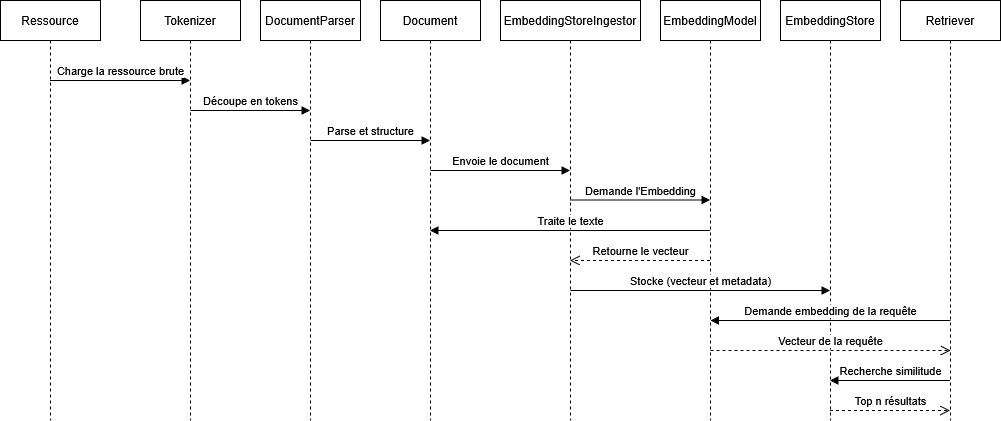
Earlier version of the draw.io export ds-rag.drawio.png (hicham-loudiyi/rapport-pfe). Source tidied: cells renumbered, new cells last; positions are measured from the earlier drawing's top-left corner, leaving out a move shared by most shapes. The source it was exported from:
```xml
<mxGraphModel>
  <root>
    <mxCell id="0" />
    <mxCell id="1" parent="0" />
    <mxCell id="2" value="&lt;div&gt;Ressource&lt;/div&gt;" style="shape=umlLifeline;perimeter=lifelinePerimeter;whiteSpace=wrap;html=1;newEdgeStyle={&quot;curved&quot;:0,&quot;rounded&quot;:0};" parent="1" vertex="1">
      <mxGeometry width="100" height="420" as="geometry" />
    </mxCell>
    <mxCell id="3" value="DocumentParser" style="shape=umlLifeline;perimeter=lifelinePerimeter;whiteSpace=wrap;html=1;outlineConnect=0;portConstraint=eastwest;newEdgeStyle={&quot;curved&quot;:0,&quot;rounded&quot;:0};" parent="1" vertex="1">
      <mxGeometry x="260" width="100" height="420" as="geometry" />
    </mxCell>
    <mxCell id="4" value="Charge la ressource brute" style="html=1;verticalAlign=bottom;endArrow=block;curved=0;rounded=0;" parent="1" edge="1">
      <mxGeometry relative="1" as="geometry">
        <mxPoint x="49.5" y="80" as="sourcePoint" />
        <mxPoint x="189.5" y="80" as="targetPoint" />
      </mxGeometry>
    </mxCell>
    <mxCell id="5" value="Document" style="shape=umlLifeline;perimeter=lifelinePerimeter;whiteSpace=wrap;html=1;outlineConnect=0;portConstraint=eastwest;newEdgeStyle={&quot;curved&quot;:0,&quot;rounded&quot;:0};" parent="1" vertex="1">
      <mxGeometry x="380" width="100" height="420" as="geometry" />
    </mxCell>
    <mxCell id="6" value="Parse et structure" style="html=1;verticalAlign=bottom;endArrow=block;curved=0;rounded=0;" parent="1" edge="1" target="5">
      <mxGeometry relative="1" as="geometry">
        <mxPoint x="310" y="140" as="sourcePoint" />
      </mxGeometry>
    </mxCell>
    <mxCell id="7" value="EmbeddingStoreIngestor" style="shape=umlLifeline;perimeter=lifelinePerimeter;whiteSpace=wrap;html=1;outlineConnect=0;portConstraint=eastwest;newEdgeStyle={&quot;curved&quot;:0,&quot;rounded&quot;:0};" parent="1" vertex="1">
      <mxGeometry x="500" width="140" height="420" as="geometry" />
    </mxCell>
    <mxCell id="8" value="Envoie le document" style="html=1;verticalAlign=bottom;endArrow=block;curved=0;rounded=0;" parent="1" edge="1" target="7">
      <mxGeometry relative="1" as="geometry">
        <mxPoint x="430" y="170" as="sourcePoint" />
      </mxGeometry>
    </mxCell>
    <mxCell id="9" value="EmbeddingModel" style="shape=umlLifeline;perimeter=lifelinePerimeter;whiteSpace=wrap;html=1;outlineConnect=0;portConstraint=eastwest;newEdgeStyle={&quot;curved&quot;:0,&quot;rounded&quot;:0};" parent="1" vertex="1">
      <mxGeometry x="660" width="100" height="420" as="geometry" />
    </mxCell>
    <mxCell id="10" value="Demande l'Embedding" style="html=1;verticalAlign=bottom;endArrow=block;curved=0;rounded=0;" parent="1" edge="1" target="9">
      <mxGeometry relative="1" as="geometry">
        <mxPoint x="570" y="199.5" as="sourcePoint" />
      </mxGeometry>
    </mxCell>
    <mxCell id="11" value="Traite le texte" style="html=1;verticalAlign=bottom;endArrow=block;curved=0;rounded=0;" parent="1" edge="1" source="9">
      <mxGeometry relative="1" as="geometry">
        <mxPoint x="429.5" y="230" as="targetPoint" />
      </mxGeometry>
    </mxCell>
    <mxCell id="12" value="Retourne le vecteur" style="html=1;verticalAlign=bottom;endArrow=open;dashed=1;endSize=8;curved=0;rounded=0;" parent="1" edge="1">
      <mxGeometry relative="1" as="geometry">
        <mxPoint x="709.5" y="260" as="sourcePoint" />
        <mxPoint x="569.5" y="260" as="targetPoint" />
      </mxGeometry>
    </mxCell>
    <mxCell id="13" value="EmbeddingStore" style="shape=umlLifeline;perimeter=lifelinePerimeter;whiteSpace=wrap;html=1;newEdgeStyle={&quot;curved&quot;:0,&quot;rounded&quot;:0};" parent="1" vertex="1">
      <mxGeometry x="780" width="100" height="420" as="geometry" />
    </mxCell>
    <mxCell id="14" value="Stocke (vecteur et metadata)" style="html=1;verticalAlign=bottom;endArrow=block;curved=0;rounded=0;" parent="1" edge="1">
      <mxGeometry relative="1" as="geometry">
        <mxPoint x="570" y="290" as="sourcePoint" />
        <mxPoint x="829.5" y="290" as="targetPoint" />
      </mxGeometry>
    </mxCell>
    <mxCell id="15" value="Retriever" style="shape=umlLifeline;perimeter=lifelinePerimeter;whiteSpace=wrap;html=1;outlineConnect=0;portConstraint=eastwest;newEdgeStyle={&quot;curved&quot;:0,&quot;rounded&quot;:0};" parent="1" vertex="1">
      <mxGeometry x="900" width="100" height="420" as="geometry" />
    </mxCell>
    <mxCell id="16" value="Demande embedding de la requête" style="html=1;verticalAlign=bottom;endArrow=block;curved=0;rounded=0;" parent="1" edge="1">
      <mxGeometry relative="1" as="geometry">
        <mxPoint x="950" y="320" as="sourcePoint" />
        <mxPoint x="710" y="320" as="targetPoint" />
      </mxGeometry>
    </mxCell>
    <mxCell id="17" value="Vecteur de la requête" style="html=1;verticalAlign=bottom;endArrow=open;dashed=1;endSize=8;curved=0;rounded=0;" parent="1" edge="1">
      <mxGeometry relative="1" as="geometry">
        <mxPoint x="710" y="350" as="sourcePoint" />
        <mxPoint x="950" y="350" as="targetPoint" />
      </mxGeometry>
    </mxCell>
    <mxCell id="18" value="&lt;div&gt;Recherche similitude&lt;/div&gt;" style="html=1;verticalAlign=bottom;endArrow=block;curved=0;rounded=0;" parent="1" edge="1">
      <mxGeometry relative="1" as="geometry">
        <mxPoint x="949.5" y="380" as="sourcePoint" />
        <mxPoint x="829.5" y="380" as="targetPoint" />
      </mxGeometry>
    </mxCell>
    <mxCell id="19" value="Top n résultats" style="html=1;verticalAlign=bottom;endArrow=open;dashed=1;endSize=8;curved=0;rounded=0;" parent="1" edge="1">
      <mxGeometry relative="1" as="geometry">
        <mxPoint x="829.5" y="410" as="sourcePoint" />
        <mxPoint x="949.5" y="410" as="targetPoint" />
      </mxGeometry>
    </mxCell>
    <mxCell id="20" value="Tokenizer" style="shape=umlLifeline;perimeter=lifelinePerimeter;whiteSpace=wrap;html=1;newEdgeStyle={&quot;curved&quot;:0,&quot;rounded&quot;:0};" parent="1" vertex="1">
      <mxGeometry x="140" width="100" height="420" as="geometry" />
    </mxCell>
    <mxCell id="21" value="Découpe en tokens" style="html=1;verticalAlign=bottom;endArrow=block;curved=0;rounded=0;" parent="1" edge="1" target="3">
      <mxGeometry relative="1" as="geometry">
        <mxPoint x="190" y="110" as="sourcePoint" />
      </mxGeometry>
    </mxCell>
  </root>
</mxGraphModel>
```
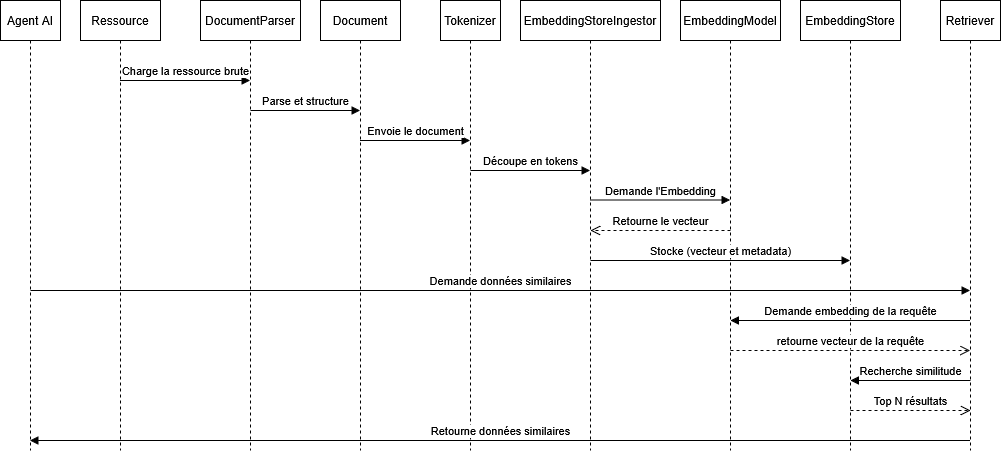
Later version of the same file.

Diff of the diagram source:
```diff
@@ -3,95 +3,103 @@
     <mxCell id="0" />
     <mxCell id="1" parent="0" />
     <mxCell id="2" value="&lt;div&gt;Ressource&lt;/div&gt;" style="shape=umlLifeline;perimeter=lifelinePerimeter;whiteSpace=wrap;html=1;newEdgeStyle={&quot;curved&quot;:0,&quot;rounded&quot;:0};" parent="1" vertex="1">
-      <mxGeometry width="100" height="420" as="geometry" />
+      <mxGeometry width="80" height="450" as="geometry" />
     </mxCell>
     <mxCell id="3" value="DocumentParser" style="shape=umlLifeline;perimeter=lifelinePerimeter;whiteSpace=wrap;html=1;outlineConnect=0;portConstraint=eastwest;newEdgeStyle={&quot;curved&quot;:0,&quot;rounded&quot;:0};" parent="1" vertex="1">
-      <mxGeometry x="260" width="100" height="420" as="geometry" />
+      <mxGeometry x="120" width="100" height="450" as="geometry" />
     </mxCell>
     <mxCell id="4" value="Charge la ressource brute" style="html=1;verticalAlign=bottom;endArrow=block;curved=0;rounded=0;" parent="1" edge="1">
       <mxGeometry relative="1" as="geometry">
-        <mxPoint x="49.5" y="80" as="sourcePoint" />
-        <mxPoint x="189.5" y="80" as="targetPoint" />
+        <mxPoint x="39.5" y="80" as="sourcePoint" />
+        <mxPoint x="169.5" y="80" as="targetPoint" />
       </mxGeometry>
     </mxCell>
     <mxCell id="5" value="Document" style="shape=umlLifeline;perimeter=lifelinePerimeter;whiteSpace=wrap;html=1;outlineConnect=0;portConstraint=eastwest;newEdgeStyle={&quot;curved&quot;:0,&quot;rounded&quot;:0};" parent="1" vertex="1">
-      <mxGeometry x="380" width="100" height="420" as="geometry" />
+      <mxGeometry x="240" width="80" height="450" as="geometry" />
     </mxCell>
     <mxCell id="6" value="Parse et structure" style="html=1;verticalAlign=bottom;endArrow=block;curved=0;rounded=0;" parent="1" edge="1" target="5">
       <mxGeometry relative="1" as="geometry">
-        <mxPoint x="310" y="140" as="sourcePoint" />
+        <mxPoint x="170" y="110" as="sourcePoint" />
       </mxGeometry>
     </mxCell>
     <mxCell id="7" value="EmbeddingStoreIngestor" style="shape=umlLifeline;perimeter=lifelinePerimeter;whiteSpace=wrap;html=1;outlineConnect=0;portConstraint=eastwest;newEdgeStyle={&quot;curved&quot;:0,&quot;rounded&quot;:0};" parent="1" vertex="1">
-      <mxGeometry x="500" width="140" height="420" as="geometry" />
+      <mxGeometry x="440" width="140" height="450" as="geometry" />
     </mxCell>
-    <mxCell id="8" value="Envoie le document" style="html=1;verticalAlign=bottom;endArrow=block;curved=0;rounded=0;" parent="1" edge="1" target="7">
+    <mxCell id="8" value="Envoie le document" style="html=1;verticalAlign=bottom;endArrow=block;curved=0;rounded=0;" parent="1" edge="1">
       <mxGeometry relative="1" as="geometry">
-        <mxPoint x="430" y="170" as="sourcePoint" />
+        <mxPoint x="279.5" y="140" as="sourcePoint" />
+        <mxPoint x="389.5" y="140" as="targetPoint" />
       </mxGeometry>
     </mxCell>
     <mxCell id="9" value="EmbeddingModel" style="shape=umlLifeline;perimeter=lifelinePerimeter;whiteSpace=wrap;html=1;outlineConnect=0;portConstraint=eastwest;newEdgeStyle={&quot;curved&quot;:0,&quot;rounded&quot;:0};" parent="1" vertex="1">
-      <mxGeometry x="660" width="100" height="420" as="geometry" />
+      <mxGeometry x="600" width="100" height="450" as="geometry" />
     </mxCell>
     <mxCell id="10" value="Demande l'Embedding" style="html=1;verticalAlign=bottom;endArrow=block;curved=0;rounded=0;" parent="1" edge="1" target="9">
       <mxGeometry relative="1" as="geometry">
-        <mxPoint x="570" y="199.5" as="sourcePoint" />
+        <mxPoint x="510" y="199.5" as="sourcePoint" />
       </mxGeometry>
     </mxCell>
-    <mxCell id="11" value="Traite le texte" style="html=1;verticalAlign=bottom;endArrow=block;curved=0;rounded=0;" parent="1" edge="1" source="9">
-      <mxGeometry relative="1" as="geometry">
-        <mxPoint x="429.5" y="230" as="targetPoint" />
-      </mxGeometry>
-    </mxCell>
     <mxCell id="12" value="Retourne le vecteur" style="html=1;verticalAlign=bottom;endArrow=open;dashed=1;endSize=8;curved=0;rounded=0;" parent="1" edge="1">
       <mxGeometry relative="1" as="geometry">
-        <mxPoint x="709.5" y="260" as="sourcePoint" />
-        <mxPoint x="569.5" y="260" as="targetPoint" />
+        <mxPoint x="650" y="230" as="sourcePoint" />
+        <mxPoint x="510" y="230" as="targetPoint" />
       </mxGeometry>
     </mxCell>
     <mxCell id="13" value="EmbeddingStore" style="shape=umlLifeline;perimeter=lifelinePerimeter;whiteSpace=wrap;html=1;newEdgeStyle={&quot;curved&quot;:0,&quot;rounded&quot;:0};" parent="1" vertex="1">
-      <mxGeometry x="780" width="100" height="420" as="geometry" />
+      <mxGeometry x="720" width="100" height="450" as="geometry" />
     </mxCell>
     <mxCell id="14" value="Stocke (vecteur et metadata)" style="html=1;verticalAlign=bottom;endArrow=block;curved=0;rounded=0;" parent="1" edge="1">
       <mxGeometry relative="1" as="geometry">
-        <mxPoint x="570" y="290" as="sourcePoint" />
-        <mxPoint x="829.5" y="290" as="targetPoint" />
+        <mxPoint x="510" y="260" as="sourcePoint" />
+        <mxPoint x="769.5" y="260" as="targetPoint" />
       </mxGeometry>
     </mxCell>
     <mxCell id="15" value="Retriever" style="shape=umlLifeline;perimeter=lifelinePerimeter;whiteSpace=wrap;html=1;outlineConnect=0;portConstraint=eastwest;newEdgeStyle={&quot;curved&quot;:0,&quot;rounded&quot;:0};" parent="1" vertex="1">
-      <mxGeometry x="900" width="100" height="420" as="geometry" />
+      <mxGeometry x="860" width="60" height="450" as="geometry" />
     </mxCell>
-    <mxCell id="16" value="Demande embedding de la requête" style="html=1;verticalAlign=bottom;endArrow=block;curved=0;rounded=0;" parent="1" edge="1">
+    <mxCell id="16" value="Demande embedding de la requête" style="html=1;verticalAlign=bottom;endArrow=block;curved=0;rounded=0;" parent="1" edge="1" source="15">
       <mxGeometry relative="1" as="geometry">
-        <mxPoint x="950" y="320" as="sourcePoint" />
-        <mxPoint x="710" y="320" as="targetPoint" />
+        <mxPoint x="650" y="320" as="targetPoint" />
       </mxGeometry>
     </mxCell>
-    <mxCell id="17" value="Vecteur de la requête" style="html=1;verticalAlign=bottom;endArrow=open;dashed=1;endSize=8;curved=0;rounded=0;" parent="1" edge="1">
+    <mxCell id="17" value="retourne vecteur de la requête" style="html=1;verticalAlign=bottom;endArrow=open;dashed=1;endSize=8;curved=0;rounded=0;" parent="1" edge="1" target="15">
       <mxGeometry relative="1" as="geometry">
-        <mxPoint x="710" y="350" as="sourcePoint" />
-        <mxPoint x="950" y="350" as="targetPoint" />
+        <mxPoint x="650" y="350" as="sourcePoint" />
       </mxGeometry>
     </mxCell>
     <mxCell id="18" value="&lt;div&gt;Recherche similitude&lt;/div&gt;" style="html=1;verticalAlign=bottom;endArrow=block;curved=0;rounded=0;" parent="1" edge="1">
       <mxGeometry relative="1" as="geometry">
-        <mxPoint x="949.5" y="380" as="sourcePoint" />
-        <mxPoint x="829.5" y="380" as="targetPoint" />
+        <mxPoint x="890" y="380" as="sourcePoint" />
+        <mxPoint x="770" y="380" as="targetPoint" />
       </mxGeometry>
     </mxCell>
-    <mxCell id="19" value="Top n résultats" style="html=1;verticalAlign=bottom;endArrow=open;dashed=1;endSize=8;curved=0;rounded=0;" parent="1" edge="1">
+    <mxCell id="19" value="Top N résultats" style="html=1;verticalAlign=bottom;endArrow=open;dashed=1;endSize=8;curved=0;rounded=0;" parent="1" edge="1">
       <mxGeometry relative="1" as="geometry">
-        <mxPoint x="829.5" y="410" as="sourcePoint" />
-        <mxPoint x="949.5" y="410" as="targetPoint" />
+        <mxPoint x="770" y="410" as="sourcePoint" />
+        <mxPoint x="890" y="410" as="targetPoint" />
       </mxGeometry>
     </mxCell>
     <mxCell id="20" value="Tokenizer" style="shape=umlLifeline;perimeter=lifelinePerimeter;whiteSpace=wrap;html=1;newEdgeStyle={&quot;curved&quot;:0,&quot;rounded&quot;:0};" parent="1" vertex="1">
-      <mxGeometry x="140" width="100" height="420" as="geometry" />
+      <mxGeometry x="360" width="60" height="450" as="geometry" />
     </mxCell>
-    <mxCell id="21" value="Découpe en tokens" style="html=1;verticalAlign=bottom;endArrow=block;curved=0;rounded=0;" parent="1" edge="1" target="3">
+    <mxCell id="21" value="Découpe en tokens" style="html=1;verticalAlign=bottom;endArrow=block;curved=0;rounded=0;" parent="1" edge="1" target="7">
       <mxGeometry relative="1" as="geometry">
-        <mxPoint x="190" y="110" as="sourcePoint" />
+        <mxPoint x="390" y="170" as="sourcePoint" />
       </mxGeometry>
     </mxCell>
+    <mxCell id="22" value="Agent AI" style="shape=umlLifeline;perimeter=lifelinePerimeter;whiteSpace=wrap;html=1;newEdgeStyle={&quot;curved&quot;:0,&quot;rounded&quot;:0};" parent="1" vertex="1">
+      <mxGeometry x="-80" width="60" height="450" as="geometry" />
+    </mxCell>
+    <mxCell id="23" value="Demande données similaires" style="html=1;verticalAlign=bottom;endArrow=block;curved=0;rounded=0;" parent="1" edge="1" target="15">
+      <mxGeometry relative="1" as="geometry">
+        <mxPoint x="-50" y="290" as="sourcePoint" />
+      </mxGeometry>
+    </mxCell>
+    <mxCell id="24" value="Retourne données similaires" style="html=1;verticalAlign=bottom;endArrow=block;curved=0;rounded=0;" parent="1" edge="1">
+      <mxGeometry relative="1" as="geometry">
+        <mxPoint x="889.5" y="440" as="sourcePoint" />
+        <mxPoint x="-50.5" y="440" as="targetPoint" />
+      </mxGeometry>
+    </mxCell>
   </root>
 </mxGraphModel>
```
